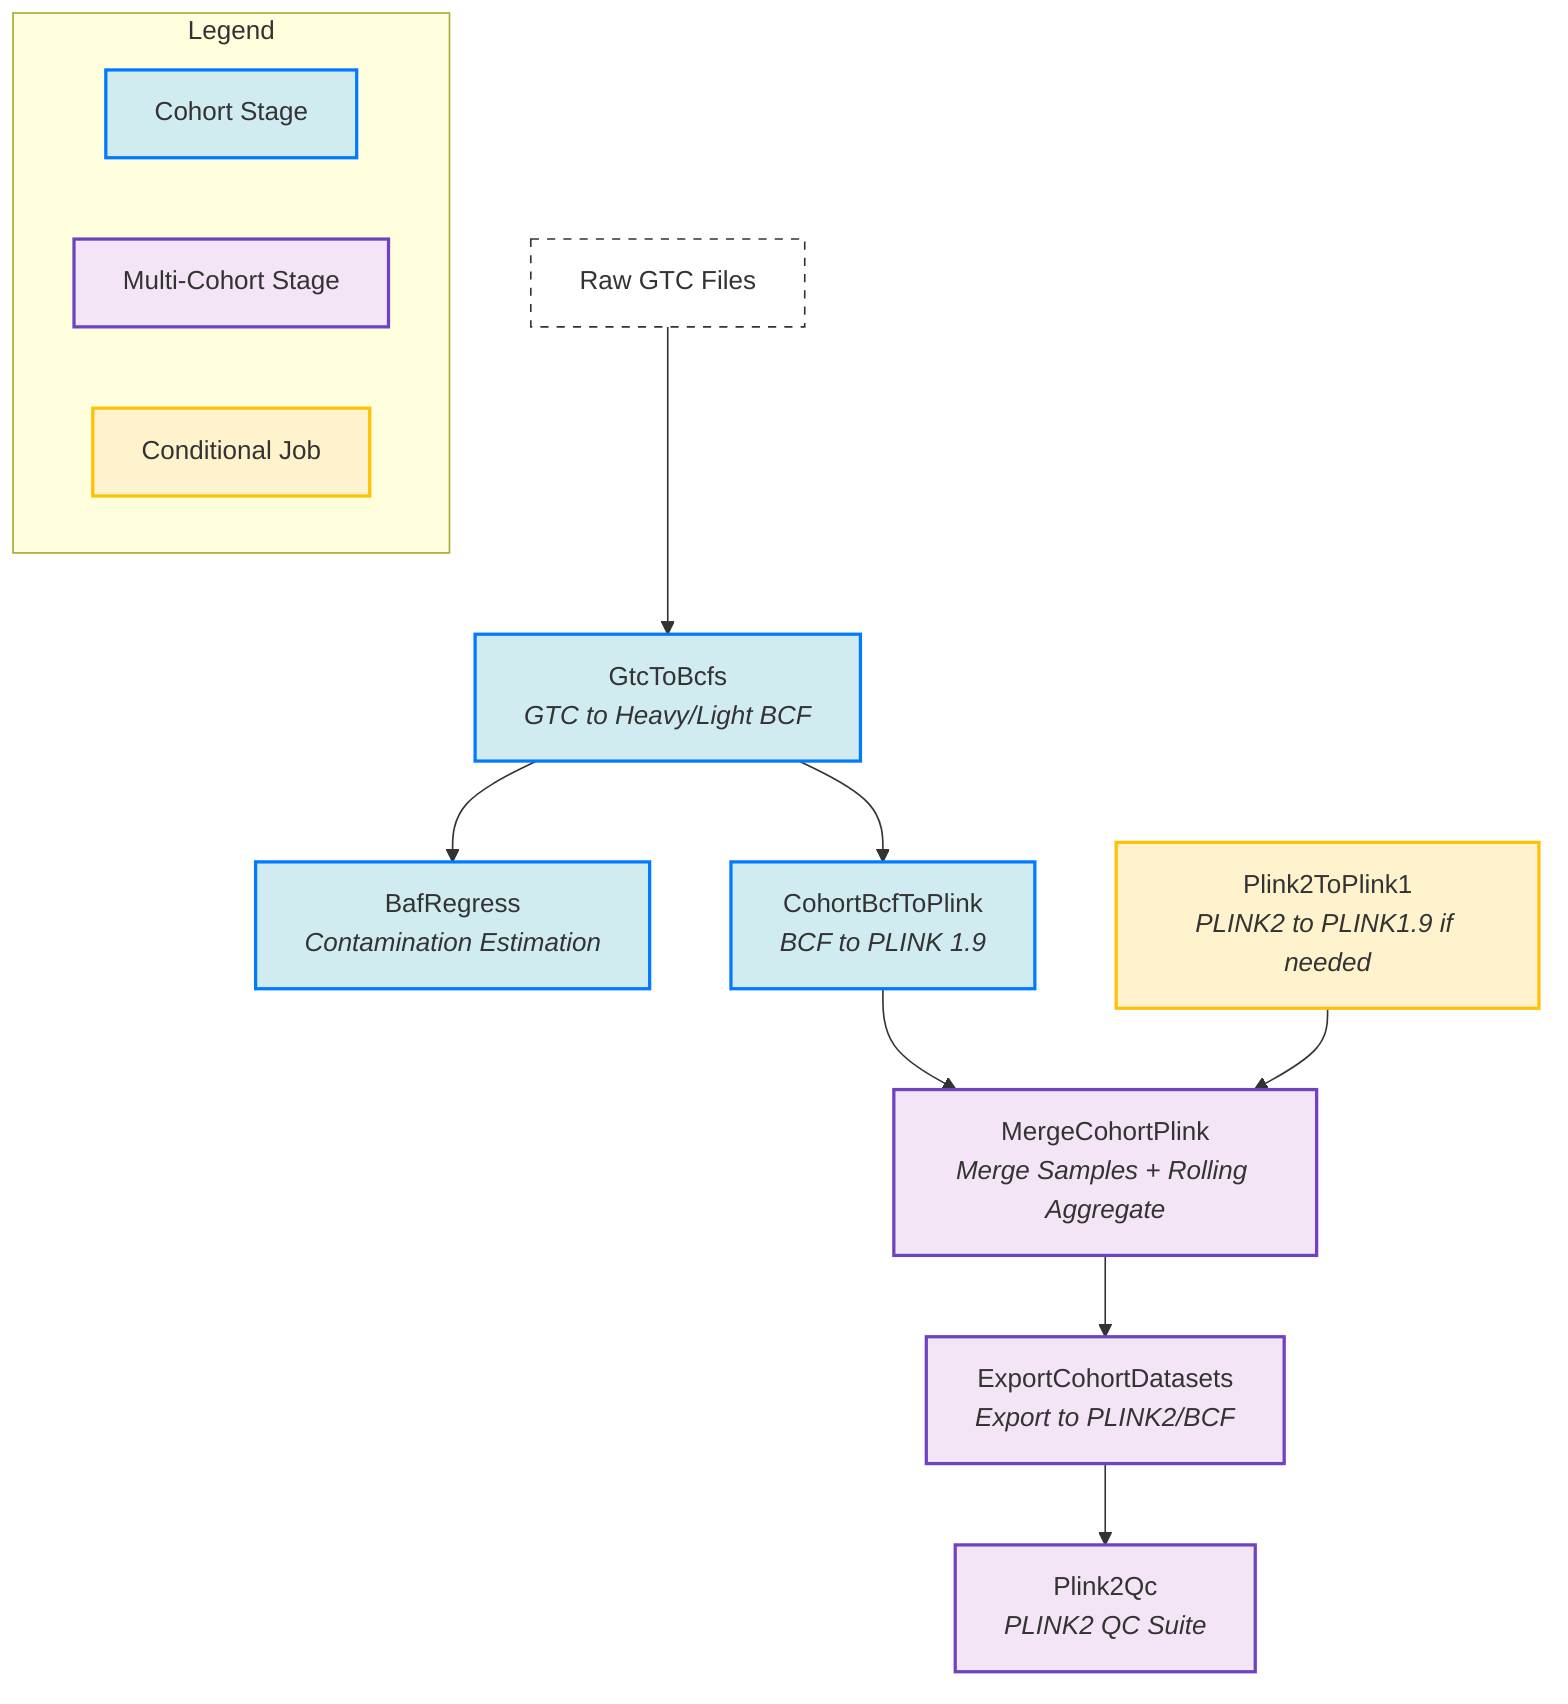
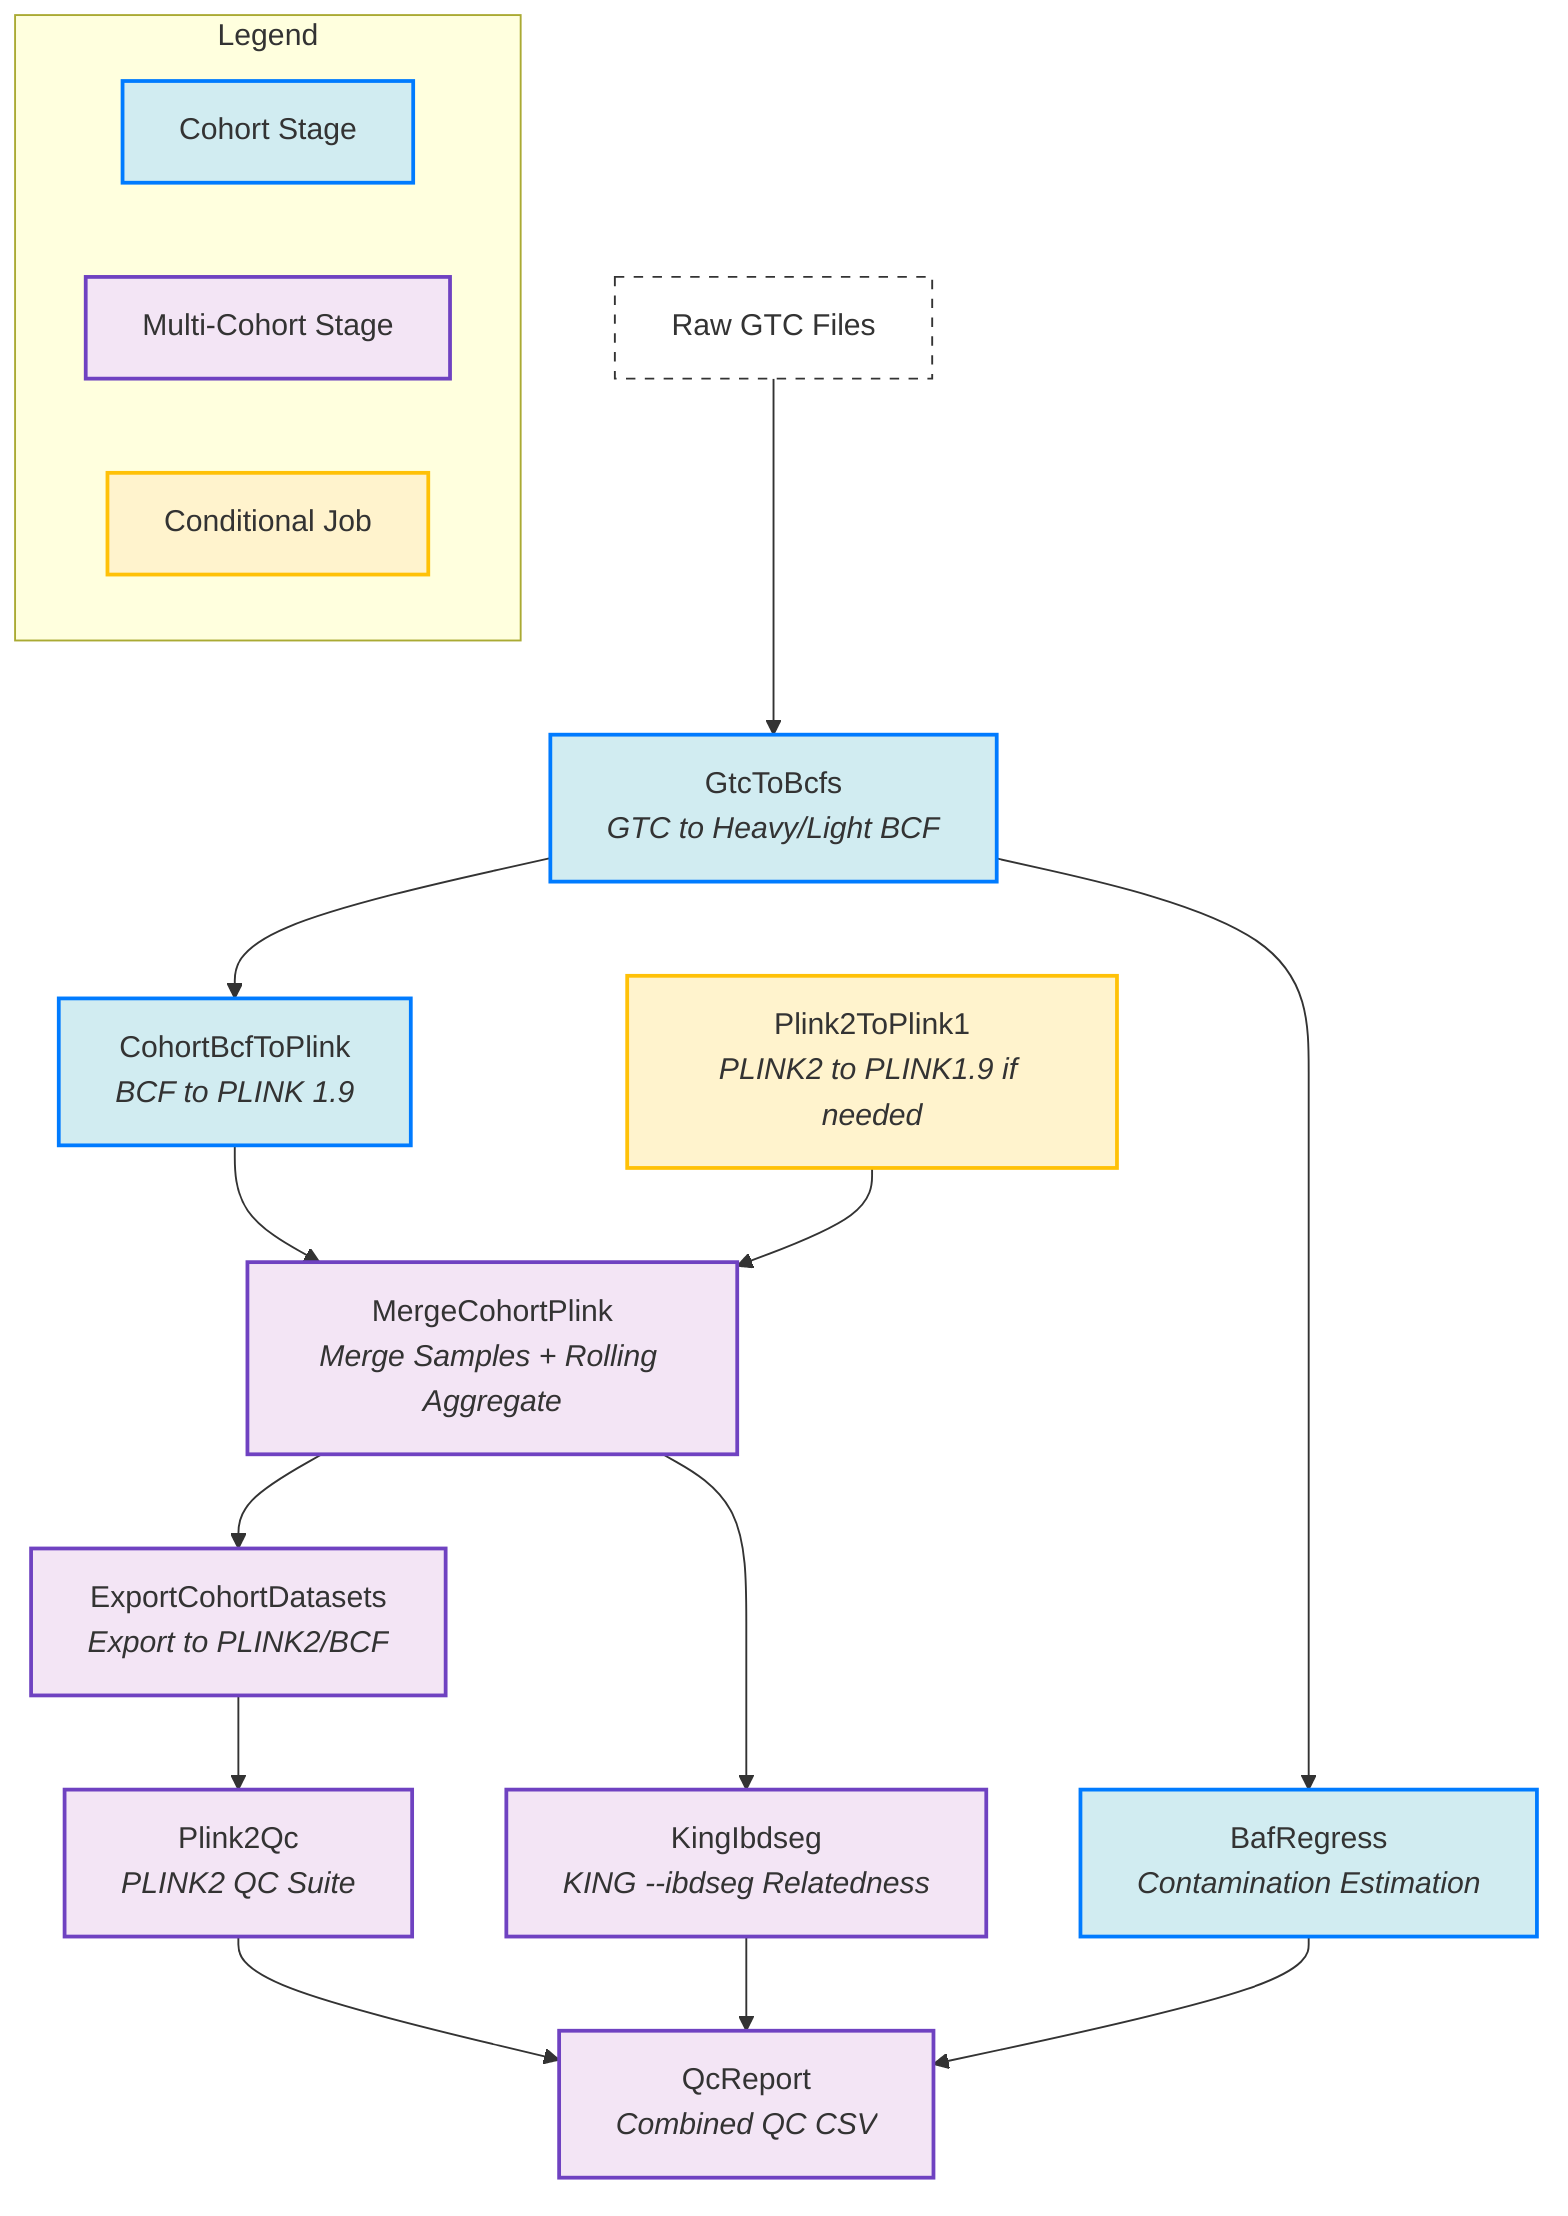
graph TD
    subgraph Legend
        direction LR
        L1[Cohort Stage]:::cohort
        L2[Multi-Cohort Stage]:::multicohort
        L3[Conditional Job]:::conditional
    end

    %% DAG Structure
    GTC[Raw GTC Files]:::data --> GtoB[GtcToBcfs<br/><i>GTC to Heavy/Light BCF</i>]:::cohort
    GtoB --> BAF[BafRegress<br/><i>Contamination Estimation</i>]:::cohort
    GtoB --> BtoP[CohortBcfToPlink<br/><i>BCF to PLINK 1.9</i>]:::cohort
    BtoP --> MCP[MergeCohortPlink<br/><i>Merge Samples + Rolling Aggregate</i>]:::multicohort
    P2P1[Plink2ToPlink1<br/><i>PLINK2 to PLINK1.9 if needed</i>]:::conditional --> MCP
    MCP --> ECD[ExportCohortDatasets<br/><i>Export to PLINK2/BCF</i>]:::multicohort
+     MCP --> KING[KingIbdseg<br/><i>KING --ibdseg Relatedness</i>]:::multicohort
    ECD --> QC[Plink2Qc<br/><i>PLINK2 QC Suite</i>]:::multicohort
+     QC --> QR[QcReport<br/><i>Combined QC CSV</i>]:::multicohort
+     KING --> QR
+     BAF --> QR

    %% Component styling
    classDef cohort fill:#d1ecf1,stroke:#007bff,stroke-width:2px;
    classDef multicohort fill:#f3e5f5,stroke:#6f42c1,stroke-width:2px;
    classDef conditional fill:#fff3cd,stroke:#ffc107,stroke-width:2px;
    classDef data fill:#fff,stroke:#333,stroke-dasharray: 5 5;

    %% Explicit classes
    class GtoB,BAF,BtoP cohort;
-     class MCP,ECD,QC multicohort;
+     class MCP,ECD,QC,KING,QR multicohort;
    class P2P1 conditional;
